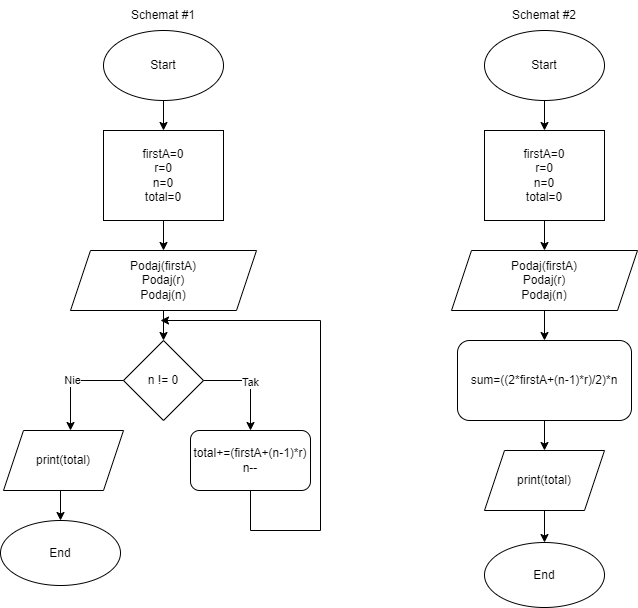
The draw.io diagram Labo1/Zadanie2.png in deathbot159/WSB-AiSD, before a commit. Source tidied: cells renumbered, new cells last; positions are measured from the earlier drawing's top-left corner, leaving out a move shared by most shapes.
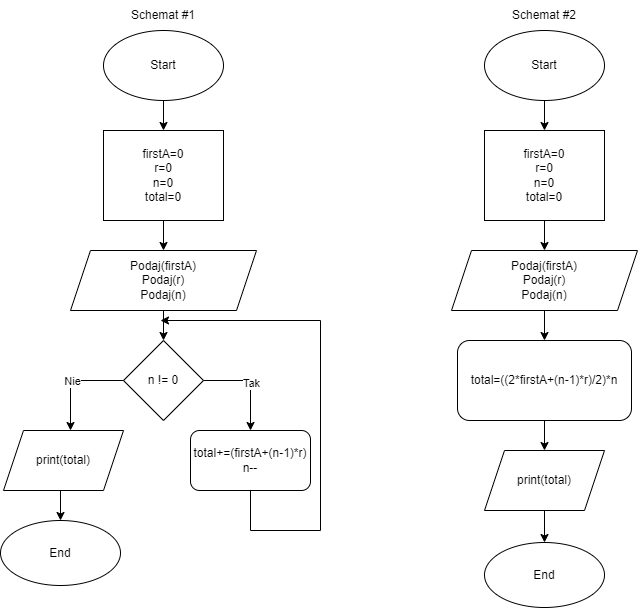
After the commit.

Commit message:
🛠️ Corrected incorrect type's name

Diff of the diagram source:
```diff
@@ -97,7 +97,7 @@
     <mxCell id="24" value="Start" style="ellipse;whiteSpace=wrap;html=1;rounded=1;glass=0;sketch=0;" parent="1" vertex="1">
       <mxGeometry x="484" y="30" width="120" height="70" as="geometry" />
     </mxCell>
-    <mxCell id="25" value="sum=((2*firstA+(n-1)*r)/2)*n" style="rounded=1;whiteSpace=wrap;html=1;glass=0;sketch=0;" parent="1" vertex="1">
+    <mxCell id="25" value="total=((2*firstA+(n-1)*r)/2)*n" style="rounded=1;whiteSpace=wrap;html=1;glass=0;sketch=0;" parent="1" vertex="1">
       <mxGeometry x="457" y="340" width="174" height="80" as="geometry" />
     </mxCell>
     <mxCell id="26" style="endArrow=classic;html=1;rounded=0;exitX=0.5;exitY=1;exitDx=0;exitDy=0;entryX=0.5;entryY=0;entryDx=0;entryDy=0;" parent="1" edge="1" source="25" target="23">
```
